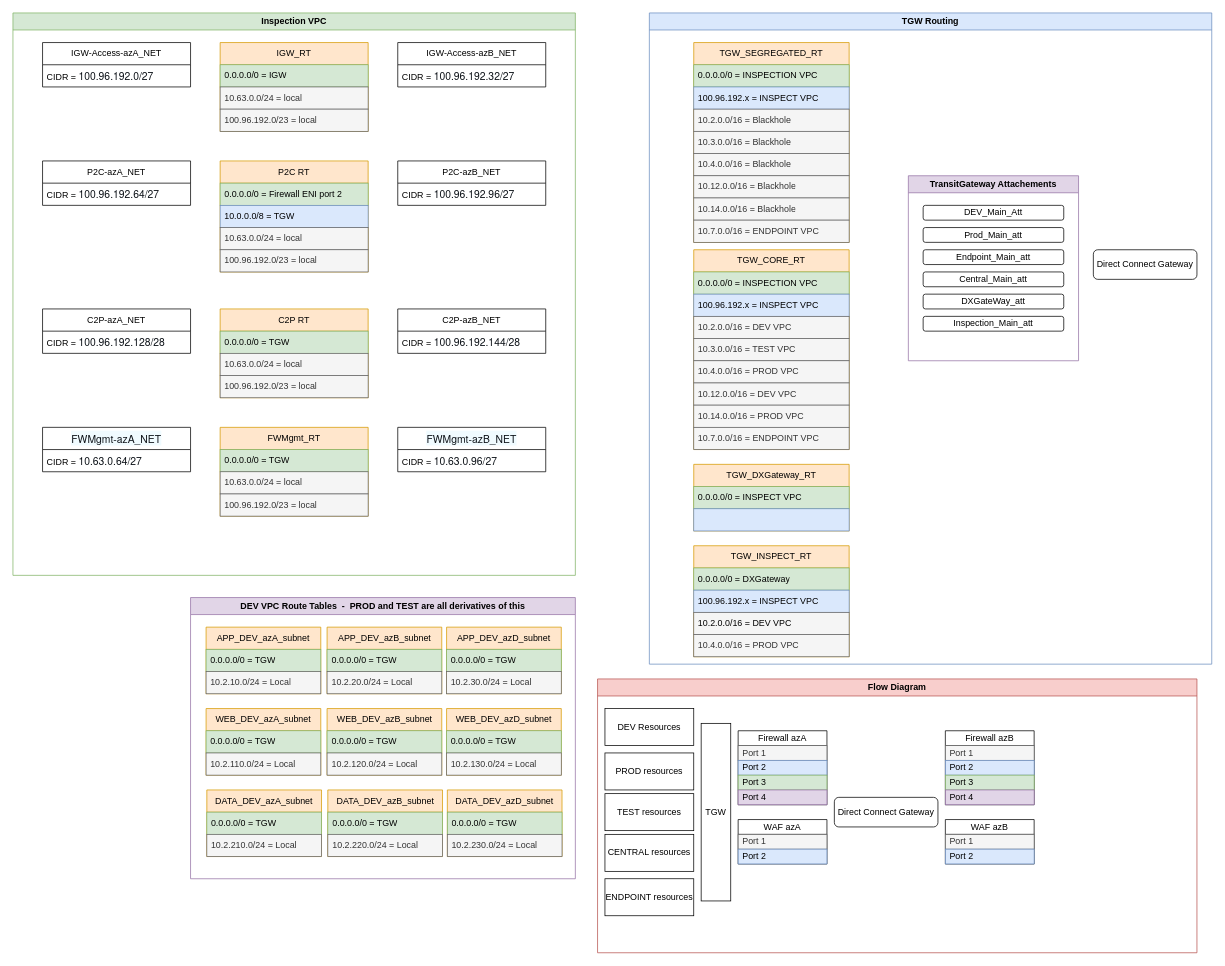
Before: Inspection VPC Routing.drawio in XangoXCC/Drawio, a draw.io diagram. Source tidied: cells renumbered, new cells numbered last; positions are measured from the earlier drawing's top-left corner, leaving out a move shared by most shapes. Both pictures are drawn from the tidied source at 74%, with x=0, y=0 at pixel (13, 13).
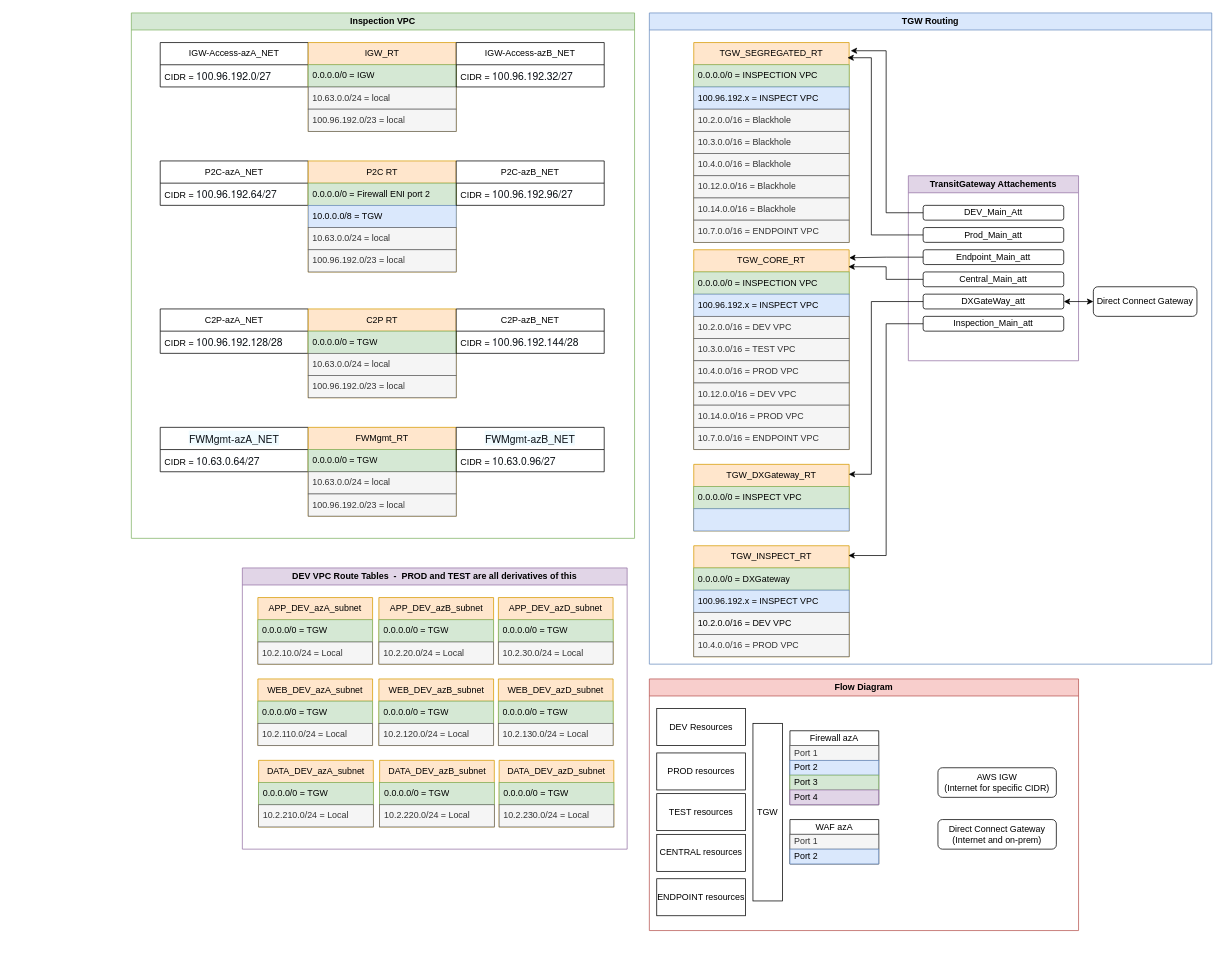
The same page after the edit.

The change refers to these unchanged cells:
```xml
<mxCell id="64" value="TGW Routing" style="swimlane;whiteSpace=wrap;html=1;fillColor=#dae8fc;strokeColor=#6c8ebf;" parent="1" vertex="1">
  <mxGeometry x="860" width="760" height="880" as="geometry" />
</mxCell>
<mxCell id="65" value="TGW_INSPECT_RT" style="swimlane;fontStyle=0;horizontal=1;startSize=30;whiteSpace=wrap;html=1;fillColor=#ffe6cc;strokeColor=#d79b00;" parent="64" vertex="1">
  <mxGeometry x="60" y="720" width="210" height="150" as="geometry" />
</mxCell>
<mxCell id="70" value="TGW_SEGREGATED_RT" style="swimlane;fontStyle=0;horizontal=1;startSize=30;whiteSpace=wrap;html=1;fillColor=#ffe6cc;strokeColor=#d79b00;" parent="64" vertex="1">
  <mxGeometry x="60" y="40" width="210" height="270" as="geometry" />
</mxCell>
<mxCell id="79" value="TGW_DXGateway_RT" style="swimlane;fontStyle=0;horizontal=1;startSize=30;whiteSpace=wrap;html=1;fillColor=#ffe6cc;strokeColor=#d79b00;" parent="64" vertex="1">
  <mxGeometry x="60" y="610" width="210" height="90" as="geometry" />
</mxCell>
<mxCell id="82" value="TGW_CORE_RT" style="swimlane;fontStyle=0;horizontal=1;startSize=30;whiteSpace=wrap;html=1;fillColor=#ffe6cc;strokeColor=#d79b00;" parent="64" vertex="1">
  <mxGeometry x="60" y="320" width="210" height="270" as="geometry" />
</mxCell>
<mxCell id="92" value="Inspection_Main_att" style="rounded=1;whiteSpace=wrap;html=1;" parent="91" vertex="1">
  <mxGeometry x="20" y="190" width="190" height="20" as="geometry" />
</mxCell>
<mxCell id="93" value="DXGateWay_att" style="rounded=1;whiteSpace=wrap;html=1;" parent="91" vertex="1">
  <mxGeometry x="20" y="160" width="190" height="20" as="geometry" />
</mxCell>
<mxCell id="94" value="DEV_Main_Att" style="rounded=1;whiteSpace=wrap;html=1;" parent="91" vertex="1">
  <mxGeometry x="20" y="40" width="190" height="20" as="geometry" />
</mxCell>
<mxCell id="95" value="Prod_Main_att" style="rounded=1;whiteSpace=wrap;html=1;" parent="91" vertex="1">
  <mxGeometry x="20" y="70" width="190" height="20" as="geometry" />
</mxCell>
<mxCell id="96" value="Endpoint_Main_att" style="rounded=1;whiteSpace=wrap;html=1;" parent="91" vertex="1">
  <mxGeometry x="20" y="100" width="190" height="20" as="geometry" />
</mxCell>
<mxCell id="97" value="Central_Main_att" style="rounded=1;whiteSpace=wrap;html=1;" parent="91" vertex="1">
  <mxGeometry x="20" y="130" width="190" height="20" as="geometry" />
</mxCell>
```

Change to the diagram source:
```diff
@@
     <mxCell id="2" value="Inspection VPC" style="swimlane;whiteSpace=wrap;html=1;fillColor=#d5e8d4;strokeColor=#82b366;" parent="1" vertex="1">
-      <mxGeometry width="760" height="760" as="geometry" />
+      <mxGeometry x="160" width="680" height="710" as="geometry" />
     </mxCell>
     <mxCell id="3" value="P2C-azA_NET" style="swimlane;fontStyle=0;horizontal=1;startSize=30;whiteSpace=wrap;html=1;" parent="2" vertex="1">
-      <mxGeometry x="40" y="200" width="200" height="60" as="geometry" />
+      <mxGeometry x="39" y="200" width="200" height="60" as="geometry" />
     </mxCell>
@@
     <mxCell id="5" value="IGW-Access-azA_NET" style="swimlane;fontStyle=0;horizontal=1;startSize=30;whiteSpace=wrap;html=1;" parent="2" vertex="1">
-      <mxGeometry x="40" y="40" width="200" height="60" as="geometry" />
+      <mxGeometry x="39" y="40" width="200" height="60" as="geometry" />
     </mxCell>
@@
     <mxCell id="7" value="IGW_RT" style="swimlane;fontStyle=0;horizontal=1;startSize=30;whiteSpace=wrap;html=1;fillColor=#ffe6cc;strokeColor=#d79b00;" parent="2" vertex="1">
-      <mxGeometry x="280" y="40" width="200" height="120" as="geometry" />
+      <mxGeometry x="239" y="40" width="200" height="120" as="geometry" />
     </mxCell>
@@
     <mxCell id="11" value="&lt;span style=&quot;color: rgb(15, 20, 26); font-family: &amp;quot;Amazon Ember&amp;quot;, &amp;quot;Helvetica Neue&amp;quot;, Roboto, Arial, sans-serif; font-size: 14px; text-align: start; text-wrap-mode: nowrap; background-color: rgb(240, 251, 255);&quot;&gt;FWMgmt-azA_NET&lt;/span&gt;" style="swimlane;fontStyle=0;horizontal=1;startSize=30;whiteSpace=wrap;html=1;" parent="2" vertex="1">
-      <mxGeometry x="40" y="560" width="200" height="60" as="geometry" />
+      <mxGeometry x="39" y="560" width="200" height="60" as="geometry" />
     </mxCell>
@@
     <mxCell id="13" value="FWMgmt_RT" style="swimlane;fontStyle=0;horizontal=1;startSize=30;whiteSpace=wrap;html=1;fillColor=#ffe6cc;strokeColor=#d79b00;" parent="2" vertex="1">
-      <mxGeometry x="280" y="560" width="200" height="120" as="geometry" />
+      <mxGeometry x="239" y="560" width="200" height="120" as="geometry" />
     </mxCell>
@@
     <mxCell id="17" value="C2P-azA_NET" style="swimlane;fontStyle=0;horizontal=1;startSize=30;whiteSpace=wrap;html=1;" parent="2" vertex="1">
-      <mxGeometry x="40" y="400" width="200" height="60" as="geometry" />
+      <mxGeometry x="39" y="400" width="200" height="60" as="geometry" />
     </mxCell>
@@
     <mxCell id="19" value="P2C RT" style="swimlane;fontStyle=0;horizontal=1;startSize=30;whiteSpace=wrap;html=1;fillColor=#ffe6cc;strokeColor=#d79b00;" parent="2" vertex="1">
-      <mxGeometry x="280" y="200" width="200" height="150" as="geometry" />
+      <mxGeometry x="239" y="200" width="200" height="150" as="geometry" />
     </mxCell>
@@
     <mxCell id="24" value="IGW-Access-azB_NET" style="swimlane;fontStyle=0;horizontal=1;startSize=30;whiteSpace=wrap;html=1;" parent="2" vertex="1">
-      <mxGeometry x="520" y="40" width="200" height="60" as="geometry" />
+      <mxGeometry x="439" y="40" width="200" height="60" as="geometry" />
     </mxCell>
@@
     <mxCell id="26" value="P2C-azB_NET" style="swimlane;fontStyle=0;horizontal=1;startSize=30;whiteSpace=wrap;html=1;" parent="2" vertex="1">
-      <mxGeometry x="520" y="200" width="200" height="60" as="geometry" />
+      <mxGeometry x="439" y="200" width="200" height="60" as="geometry" />
     </mxCell>
@@
     <mxCell id="28" value="C2P RT" style="swimlane;fontStyle=0;horizontal=1;startSize=30;whiteSpace=wrap;html=1;fillColor=#ffe6cc;strokeColor=#d79b00;" parent="2" vertex="1">
-      <mxGeometry x="280" y="400" width="200" height="120" as="geometry" />
+      <mxGeometry x="239" y="400" width="200" height="120" as="geometry" />
     </mxCell>
@@
     <mxCell id="32" value="C2P-azB_NET" style="swimlane;fontStyle=0;horizontal=1;startSize=30;whiteSpace=wrap;html=1;" parent="2" vertex="1">
-      <mxGeometry x="520" y="400" width="200" height="60" as="geometry" />
+      <mxGeometry x="439" y="400" width="200" height="60" as="geometry" />
     </mxCell>
@@
     <mxCell id="34" value="&lt;span style=&quot;color: rgb(15, 20, 26); font-family: &amp;quot;Amazon Ember&amp;quot;, &amp;quot;Helvetica Neue&amp;quot;, Roboto, Arial, sans-serif; font-size: 14px; text-align: start; text-wrap-mode: nowrap; background-color: rgb(240, 251, 255);&quot;&gt;FWMgmt-azB_NET&lt;/span&gt;" style="swimlane;fontStyle=0;horizontal=1;startSize=30;whiteSpace=wrap;html=1;" parent="2" vertex="1">
-      <mxGeometry x="520" y="560" width="200" height="60" as="geometry" />
+      <mxGeometry x="439" y="560" width="200" height="60" as="geometry" />
     </mxCell>
@@
     <mxCell id="36" value="DEV VPC Route Tables&amp;nbsp; -&amp;nbsp; PROD and TEST are all derivatives of this" style="swimlane;whiteSpace=wrap;html=1;fillColor=#e1d5e7;strokeColor=#9673a6;" parent="1" vertex="1">
-      <mxGeometry x="240" y="790" width="520" height="380" as="geometry" />
+      <mxGeometry x="310" y="750" width="520" height="380" as="geometry" />
     </mxCell>
@@
+    <mxCell id="123" style="edgeStyle=orthogonalEdgeStyle;rounded=0;jettySize=auto;html=1;entryX=1;entryY=0.5;entryDx=0;entryDy=0;startArrow=classic;startFill=1;" parent="64" edge="1" source="98" target="93">
+      <mxGeometry relative="1" as="geometry" />
+    </mxCell>
     <mxCell id="98" value="Direct Connect Gateway" style="rounded=1;whiteSpace=wrap;html=1;" parent="64" vertex="1">
-      <mxGeometry x="600" y="320" width="140" height="40" as="geometry" />
+      <mxGeometry x="600" y="370" width="140" height="40" as="geometry" />
     </mxCell>
+    <mxCell id="124" style="edgeStyle=orthogonalEdgeStyle;rounded=0;jettySize=auto;html=1;exitX=0;exitY=0.5;exitDx=0;exitDy=0;entryX=1.01;entryY=0.041;entryDx=0;entryDy=0;entryPerimeter=0;" parent="64" edge="1" source="94" target="70">
+      <mxGeometry relative="1" as="geometry" />
+    </mxCell>
+    <mxCell id="125" style="edgeStyle=orthogonalEdgeStyle;rounded=0;jettySize=auto;html=1;exitX=0;exitY=0.5;exitDx=0;exitDy=0;entryX=0.989;entryY=0.076;entryDx=0;entryDy=0;entryPerimeter=0;" parent="64" edge="1" source="95" target="70">
+      <mxGeometry relative="1" as="geometry">
+        <Array as="points">
+          <mxPoint x="300" y="300" />
+          <mxPoint x="300" y="61" />
+        </Array>
+      </mxGeometry>
+    </mxCell>
+    <mxCell id="126" style="edgeStyle=orthogonalEdgeStyle;rounded=0;jettySize=auto;html=1;exitX=0;exitY=0.5;exitDx=0;exitDy=0;entryX=1;entryY=0.04;entryDx=0;entryDy=0;entryPerimeter=0;" parent="64" edge="1" source="96" target="82">
+      <mxGeometry relative="1" as="geometry" />
+    </mxCell>
+    <mxCell id="127" style="edgeStyle=orthogonalEdgeStyle;rounded=0;jettySize=auto;html=1;exitX=0;exitY=0.5;exitDx=0;exitDy=0;entryX=0.995;entryY=0.085;entryDx=0;entryDy=0;entryPerimeter=0;" parent="64" edge="1" source="97" target="82">
+      <mxGeometry relative="1" as="geometry" />
+    </mxCell>
+    <mxCell id="128" style="edgeStyle=orthogonalEdgeStyle;rounded=0;jettySize=auto;html=1;exitX=0;exitY=0.5;exitDx=0;exitDy=0;entryX=0.997;entryY=0.149;entryDx=0;entryDy=0;entryPerimeter=0;" parent="64" edge="1" source="93" target="79">
+      <mxGeometry relative="1" as="geometry">
+        <Array as="points">
+          <mxPoint x="300" y="390" />
+          <mxPoint x="300" y="623" />
+        </Array>
+      </mxGeometry>
+    </mxCell>
+    <mxCell id="129" style="edgeStyle=orthogonalEdgeStyle;rounded=0;jettySize=auto;html=1;exitX=0;exitY=0.5;exitDx=0;exitDy=0;entryX=0.995;entryY=0.088;entryDx=0;entryDy=0;entryPerimeter=0;" parent="64" edge="1" source="92" target="65">
+      <mxGeometry relative="1" as="geometry" />
+    </mxCell>
     <mxCell id="99" value="Flow Diagram" style="swimlane;whiteSpace=wrap;html=1;fillColor=#f8cecc;strokeColor=#b85450;" parent="1" vertex="1">
-      <mxGeometry x="790" y="900" width="810" height="370" as="geometry" />
+      <mxGeometry x="860" y="900" width="580" height="340" as="geometry" />
     </mxCell>
@@
-    <mxCell id="105" value="Firewall azB" style="swimlane;fontStyle=0;horizontal=1;startSize=20;whiteSpace=wrap;html=1;" parent="99" vertex="1">
-      <mxGeometry x="470" y="70" width="120" height="100" as="geometry" />
-    </mxCell>
-    <mxCell id="106" value="Port 1" style="text;strokeColor=#666666;fillColor=#f5f5f5;align=left;verticalAlign=middle;spacingLeft=4;spacingRight=4;overflow=hidden;whiteSpace=wrap;html=1;fontColor=#333333;" parent="105" vertex="1">
-      <mxGeometry y="20" width="120" height="20" as="geometry" />
-    </mxCell>
-    <mxCell id="107" value="Port 2" style="text;strokeColor=#6c8ebf;fillColor=#dae8fc;align=left;verticalAlign=middle;spacingLeft=4;spacingRight=4;overflow=hidden;whiteSpace=wrap;html=1;" parent="105" vertex="1">
-      <mxGeometry y="40" width="120" height="20" as="geometry" />
-    </mxCell>
-    <mxCell id="108" value="Port 3" style="text;strokeColor=#82b366;fillColor=#d5e8d4;align=left;verticalAlign=middle;spacingLeft=4;spacingRight=4;overflow=hidden;whiteSpace=wrap;html=1;" parent="105" vertex="1">
-      <mxGeometry y="60" width="120" height="20" as="geometry" />
-    </mxCell>
-    <mxCell id="109" value="Port 4" style="text;strokeColor=#9673a6;fillColor=#e1d5e7;align=left;verticalAlign=middle;spacingLeft=4;spacingRight=4;overflow=hidden;whiteSpace=wrap;html=1;" parent="105" vertex="1">
-      <mxGeometry y="80" width="120" height="20" as="geometry" />
-    </mxCell>
@@
-    <mxCell id="113" value="WAF azB" style="swimlane;fontStyle=0;horizontal=1;startSize=20;whiteSpace=wrap;html=1;" parent="99" vertex="1">
-      <mxGeometry x="470" y="190" width="120" height="60" as="geometry" />
-    </mxCell>
-    <mxCell id="114" value="Port 1" style="text;strokeColor=#666666;fillColor=#f5f5f5;align=left;verticalAlign=middle;spacingLeft=4;spacingRight=4;overflow=hidden;whiteSpace=wrap;html=1;fontColor=#333333;" parent="113" vertex="1">
-      <mxGeometry y="20" width="120" height="20" as="geometry" />
-    </mxCell>
-    <mxCell id="115" value="Port 2" style="text;strokeColor=#6c8ebf;fillColor=#dae8fc;align=left;verticalAlign=middle;spacingLeft=4;spacingRight=4;overflow=hidden;whiteSpace=wrap;html=1;" parent="113" vertex="1">
-      <mxGeometry y="40" width="120" height="20" as="geometry" />
-    </mxCell>
-    <mxCell id="116" value="Direct Connect Gateway" style="rounded=1;whiteSpace=wrap;html=1;" parent="99" vertex="1">
-      <mxGeometry x="320" y="160" width="140" height="40" as="geometry" />
+    <mxCell id="116" value="Direct Connect Gateway&lt;div&gt;(Internet and on-prem)&lt;/div&gt;" style="rounded=1;whiteSpace=wrap;html=1;" parent="99" vertex="1">
+      <mxGeometry x="390" y="190" width="160" height="40" as="geometry" />
     </mxCell>
@@
+    <mxCell id="130" value="AWS IGW&lt;div&gt;(Internet for specific CIDR)&lt;/div&gt;" style="rounded=1;whiteSpace=wrap;html=1;" parent="99" vertex="1">
+      <mxGeometry x="390" y="120" width="160" height="40" as="geometry" />
+    </mxCell>
```
